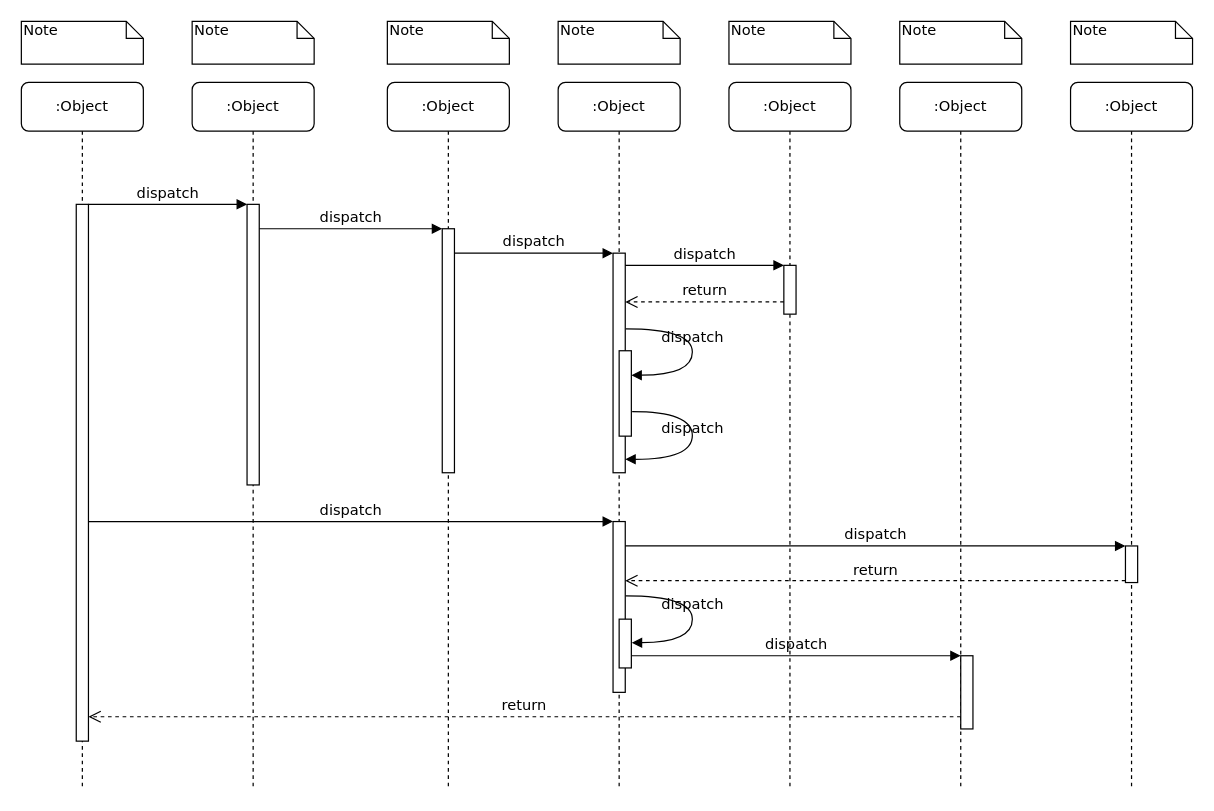
timoorm/first keeps this draw.io diagram as ImportStdCrossFunction.drawio. Above is the earlier version. Source tidied: cells renumbered, new cells numbered last; positions are measured from the earlier drawing's top-left corner, leaving out a move shared by most shapes. Both pictures are drawn from the tidied source at 122%, with x=0, y=0 at pixel (21, 21).
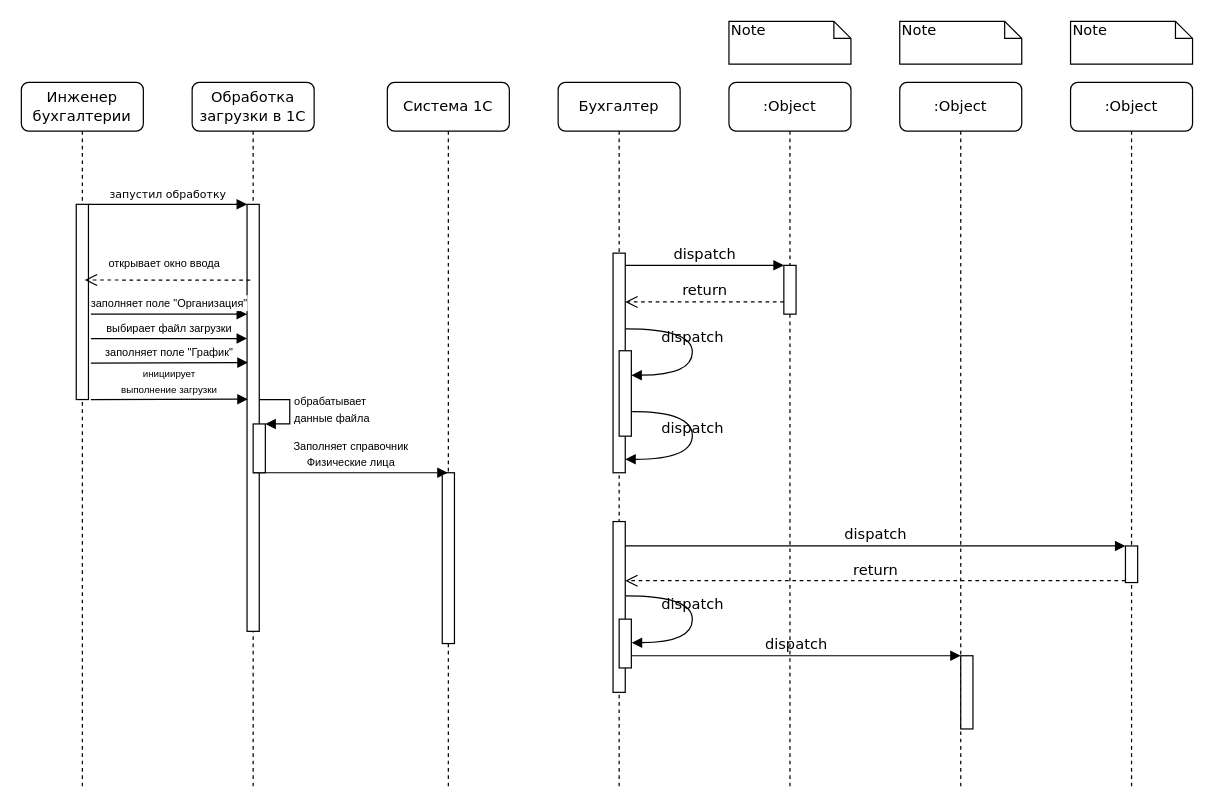
After the change.

The change refers to these unchanged cells:
```xml
<mxCell id="12" style="html=1;points=[];perimeter=orthogonalPerimeter;rounded=0;shadow=0;comic=0;labelBackgroundColor=none;strokeWidth=1;fontFamily=Verdana;fontSize=12;align=center;" parent="1" vertex="1">
  <mxGeometry x="485" y="190" width="10" height="180" as="geometry" />
</mxCell>
<mxCell id="17" style="html=1;points=[];perimeter=orthogonalPerimeter;rounded=0;shadow=0;comic=0;labelBackgroundColor=none;strokeWidth=1;fontFamily=Verdana;fontSize=12;align=center;" parent="1" vertex="1">
  <mxGeometry x="485" y="410" width="10" height="140" as="geometry" />
</mxCell>
<mxCell id="22" style="html=1;points=[];perimeter=orthogonalPerimeter;rounded=0;shadow=0;comic=0;labelBackgroundColor=none;strokeWidth=1;fontFamily=Verdana;fontSize=12;align=center;" parent="1" vertex="1">
  <mxGeometry x="770" y="520" width="10" height="60" as="geometry" />
</mxCell>
```

Diff of the diagram source:
```diff
@@
-    <mxCell id="2" value=":Object" style="shape=umlLifeline;perimeter=lifelinePerimeter;whiteSpace=wrap;html=1;rounded=1;shadow=0;comic=0;labelBackgroundColor=none;strokeWidth=1;fontFamily=Verdana;fontSize=12;align=center;" parent="1" vertex="1">
+    <mxCell id="2" value="Обработка загрузки в 1С" style="shape=umlLifeline;perimeter=lifelinePerimeter;whiteSpace=wrap;html=1;rounded=1;shadow=0;comic=0;labelBackgroundColor=none;strokeWidth=1;fontFamily=Verdana;fontSize=12;align=center;" parent="1" vertex="1">
       <mxGeometry x="140" y="50" width="100" height="580" as="geometry" />
     </mxCell>
-    <mxCell id="3" style="html=1;points=[];perimeter=orthogonalPerimeter;rounded=0;shadow=0;comic=0;labelBackgroundColor=none;strokeWidth=1;fontFamily=Verdana;fontSize=12;align=center;" parent="2" vertex="1">
-      <mxGeometry x="45" y="100" width="10" height="230" as="geometry" />
-    </mxCell>
+    <mxCell id="39" style="html=1;points=[];perimeter=orthogonalPerimeter;" parent="2" vertex="1">
+      <mxGeometry x="45" y="100" width="10" height="350" as="geometry" />
+    </mxCell>
-    <mxCell id="4" value=":Object" style="shape=umlLifeline;perimeter=lifelinePerimeter;whiteSpace=wrap;html=1;outlineConnect=0;rounded=1;shadow=0;comic=0;labelBackgroundColor=none;strokeWidth=1;fontFamily=Verdana;fontSize=12;align=center;" parent="1" vertex="1">
+    <mxCell id="4" value="Система 1С" style="shape=umlLifeline;perimeter=lifelinePerimeter;whiteSpace=wrap;html=1;outlineConnect=0;rounded=1;shadow=0;comic=0;labelBackgroundColor=none;strokeWidth=1;fontFamily=Verdana;fontSize=12;align=center;" parent="1" vertex="1">
       <mxGeometry x="300" y="50" width="100" height="580" as="geometry" />
     </mxCell>
     <mxCell id="5" style="html=1;points=[];perimeter=orthogonalPerimeter;rounded=0;shadow=0;comic=0;labelBackgroundColor=none;strokeWidth=1;fontFamily=Verdana;fontSize=12;align=center;" parent="4" vertex="1">
-      <mxGeometry x="45" y="120" width="10" height="200" as="geometry" />
+      <mxGeometry x="45" y="320" width="10" height="140" as="geometry" />
     </mxCell>
-    <mxCell id="6" value=":Object" style="shape=umlLifeline;perimeter=lifelinePerimeter;whiteSpace=wrap;html=1;rounded=1;shadow=0;comic=0;labelBackgroundColor=none;strokeWidth=1;fontFamily=Verdana;fontSize=12;align=center;" parent="1" vertex="1">
+    <mxCell id="6" value="Бухгалтер" style="shape=umlLifeline;perimeter=lifelinePerimeter;whiteSpace=wrap;html=1;rounded=1;shadow=0;comic=0;labelBackgroundColor=none;strokeWidth=1;fontFamily=Verdana;fontSize=12;align=center;" parent="1" vertex="1">
       <mxGeometry x="440" y="50" width="100" height="580" as="geometry" />
     </mxCell>
@@
-    <mxCell id="10" value=":Object" style="shape=umlLifeline;perimeter=lifelinePerimeter;whiteSpace=wrap;html=1;rounded=1;shadow=0;comic=0;labelBackgroundColor=none;strokeWidth=1;fontFamily=Verdana;fontSize=12;align=center;" parent="1" vertex="1">
+    <mxCell id="10" value="Инженер бухгалтерии" style="shape=umlLifeline;perimeter=lifelinePerimeter;whiteSpace=wrap;html=1;rounded=1;shadow=0;comic=0;labelBackgroundColor=none;strokeWidth=1;fontFamily=Verdana;fontSize=12;align=center;" parent="1" vertex="1">
       <mxGeometry y="50" width="100" height="580" as="geometry" />
     </mxCell>
     <mxCell id="11" style="html=1;points=[];perimeter=orthogonalPerimeter;rounded=0;shadow=0;comic=0;labelBackgroundColor=none;strokeWidth=1;fontFamily=Verdana;fontSize=12;align=center;" parent="10" vertex="1">
-      <mxGeometry x="45" y="100" width="10" height="440" as="geometry" />
+      <mxGeometry x="45" y="100" width="10" height="160" as="geometry" />
     </mxCell>
@@
-    <mxCell id="13" value="dispatch" style="html=1;verticalAlign=bottom;endArrow=block;labelBackgroundColor=none;fontFamily=Verdana;fontSize=12;edgeStyle=elbowEdgeStyle;elbow=vertical;" parent="1" edge="1" source="5" target="12">
-      <mxGeometry relative="1" as="geometry">
-        <Array as="points">
-          <mxPoint x="360" y="190" />
-        </Array>
-      </mxGeometry>
-    </mxCell>
@@
-    <mxCell id="18" value="dispatch" style="html=1;verticalAlign=bottom;endArrow=block;entryX=0;entryY=0;labelBackgroundColor=none;fontFamily=Verdana;fontSize=12;" parent="1" edge="1" source="11" target="17">
-      <mxGeometry relative="1" as="geometry" />
-    </mxCell>
@@
-    <mxCell id="24" value="return" style="html=1;verticalAlign=bottom;endArrow=open;dashed=1;endSize=8;labelBackgroundColor=none;fontFamily=Verdana;fontSize=12;edgeStyle=elbowEdgeStyle;elbow=vertical;" parent="1" edge="1" source="22" target="11">
-      <mxGeometry relative="1" as="geometry">
-        <Array as="points">
-          <mxPoint x="470" y="570" />
-        </Array>
-      </mxGeometry>
-    </mxCell>
-    <mxCell id="25" value="dispatch" style="html=1;verticalAlign=bottom;endArrow=block;entryX=0;entryY=0;labelBackgroundColor=none;fontFamily=Verdana;fontSize=12;edgeStyle=elbowEdgeStyle;elbow=vertical;" parent="1" edge="1" source="11" target="3">
-      <mxGeometry relative="1" as="geometry" />
+    <mxCell id="25" value="&lt;font style=&quot;font-size: 9px&quot;&gt;запустил обработку&lt;/font&gt;" style="html=1;verticalAlign=bottom;endArrow=block;entryX=0;entryY=0;labelBackgroundColor=none;fontFamily=Verdana;fontSize=12;edgeStyle=elbowEdgeStyle;elbow=vertical;" parent="1" edge="1" source="11">
+      <mxGeometry relative="1" as="geometry">
+        <mxPoint x="185" y="150" as="targetPoint" />
+      </mxGeometry>
     </mxCell>
-    <mxCell id="26" value="dispatch" style="html=1;verticalAlign=bottom;endArrow=block;entryX=0;entryY=0;labelBackgroundColor=none;fontFamily=Verdana;fontSize=12;edgeStyle=elbowEdgeStyle;elbow=vertical;" parent="1" edge="1" source="3" target="5">
-      <mxGeometry relative="1" as="geometry" />
-    </mxCell>
@@
-    <mxCell id="32" value="Note" style="shape=note;whiteSpace=wrap;html=1;size=14;verticalAlign=top;align=left;spacingTop=-6;rounded=0;shadow=0;comic=0;labelBackgroundColor=none;strokeWidth=1;fontFamily=Verdana;fontSize=12;" parent="1" vertex="1">
-      <mxGeometry width="100" height="35" as="geometry" />
-    </mxCell>
-    <mxCell id="33" value="Note" style="shape=note;whiteSpace=wrap;html=1;size=14;verticalAlign=top;align=left;spacingTop=-6;rounded=0;shadow=0;comic=0;labelBackgroundColor=none;strokeWidth=1;fontFamily=Verdana;fontSize=12;" parent="1" vertex="1">
-      <mxGeometry x="140" width="100" height="35" as="geometry" />
-    </mxCell>
-    <mxCell id="34" value="Note" style="shape=note;whiteSpace=wrap;html=1;size=14;verticalAlign=top;align=left;spacingTop=-6;rounded=0;shadow=0;comic=0;labelBackgroundColor=none;strokeWidth=1;fontFamily=Verdana;fontSize=12;" parent="1" vertex="1">
-      <mxGeometry x="300" width="100" height="35" as="geometry" />
-    </mxCell>
-    <mxCell id="35" value="Note" style="shape=note;whiteSpace=wrap;html=1;size=14;verticalAlign=top;align=left;spacingTop=-6;rounded=0;shadow=0;comic=0;labelBackgroundColor=none;strokeWidth=1;fontFamily=Verdana;fontSize=12;" parent="1" vertex="1">
-      <mxGeometry x="440" width="100" height="35" as="geometry" />
-    </mxCell>
@@
+    <mxCell id="40" value="&lt;font style=&quot;font-size: 9px&quot;&gt;открывает окно ввода&lt;/font&gt;" style="html=1;verticalAlign=bottom;endArrow=open;dashed=1;endSize=8;exitX=0.057;exitY=0.327;exitDx=0;exitDy=0;exitPerimeter=0;" parent="1" edge="1">
+      <mxGeometry x="0.04" y="-5" relative="1" as="geometry">
+        <mxPoint x="187.6" y="212.1" as="sourcePoint" />
+        <mxPoint x="52" y="212" as="targetPoint" />
+      </mxGeometry>
+    </mxCell>
+    <mxCell id="41" value="&lt;font style=&quot;font-size: 9px&quot;&gt;выбирает файл загрузки&lt;/font&gt;" style="html=1;verticalAlign=bottom;endArrow=block;" parent="1" edge="1" target="39">
+      <mxGeometry relative="1" as="geometry">
+        <mxPoint x="57" y="260" as="sourcePoint" />
+      </mxGeometry>
+    </mxCell>
+    <mxCell id="42" value="&lt;font style=&quot;font-size: 9px&quot;&gt;заполняет поле &quot;График&quot;&lt;/font&gt;" style="html=1;verticalAlign=bottom;endArrow=block;entryX=0.057;entryY=0.783;entryDx=0;entryDy=0;entryPerimeter=0;" parent="1" edge="1">
+      <mxGeometry relative="1" as="geometry">
+        <mxPoint x="57" y="280.1" as="sourcePoint" />
+        <mxPoint x="185.6" y="279.7" as="targetPoint" />
+      </mxGeometry>
+    </mxCell>
+    <mxCell id="43" value="&lt;font style=&quot;font-size: 9px&quot;&gt;заполняет поле &quot;Организация&quot;&lt;br&gt;&lt;/font&gt;" style="html=1;verticalAlign=bottom;endArrow=block;" parent="1" edge="1">
+      <mxGeometry relative="1" as="geometry">
+        <mxPoint x="57" y="240" as="sourcePoint" />
+        <mxPoint x="185" y="240" as="targetPoint" />
+      </mxGeometry>
+    </mxCell>
+    <mxCell id="44" value="&lt;div&gt;&lt;font style=&quot;font-size: 8px&quot;&gt;инициирует &lt;br&gt;&lt;/font&gt;&lt;/div&gt;&lt;div&gt;&lt;font style=&quot;font-size: 8px&quot;&gt;выполнение загрузки&lt;/font&gt;&lt;/div&gt;" style="html=1;verticalAlign=bottom;endArrow=block;entryX=0.057;entryY=0.783;entryDx=0;entryDy=0;entryPerimeter=0;" parent="1" edge="1">
+      <mxGeometry relative="1" as="geometry">
+        <mxPoint x="57" y="310.1" as="sourcePoint" />
+        <mxPoint x="185.6" y="309.7" as="targetPoint" />
+      </mxGeometry>
+    </mxCell>
+    <mxCell id="45" value="&lt;div&gt;&lt;font style=&quot;font-size: 9px&quot;&gt;Заполняет справочник &lt;br&gt;&lt;/font&gt;&lt;/div&gt;&lt;div&gt;&lt;font style=&quot;font-size: 9px&quot;&gt;Физические лица&lt;/font&gt;&lt;/div&gt;" style="html=1;verticalAlign=bottom;endArrow=block;" parent="1" edge="1" target="4">
+      <mxGeometry relative="1" as="geometry">
+        <mxPoint x="190" y="370" as="sourcePoint" />
+      </mxGeometry>
+    </mxCell>
+    <mxCell id="46" style="html=1;points=[];perimeter=orthogonalPerimeter;" parent="1" vertex="1">
+      <mxGeometry x="190" y="330" width="10" height="40" as="geometry" />
+    </mxCell>
+    <mxCell id="47" value="&lt;div&gt;&lt;font style=&quot;font-size: 9px&quot;&gt;обрабатывает &lt;br&gt;&lt;/font&gt;&lt;/div&gt;&lt;div&gt;&lt;font style=&quot;font-size: 9px&quot;&gt;данные файла&lt;/font&gt;&lt;/div&gt;" style="edgeStyle=orthogonalEdgeStyle;html=1;align=left;spacingLeft=2;endArrow=block;rounded=0;entryX=1;entryY=0;" parent="1" edge="1" target="46">
+      <mxGeometry relative="1" as="geometry">
+        <mxPoint x="195" y="310" as="sourcePoint" />
+        <Array as="points">
+          <mxPoint x="220" y="310" />
+        </Array>
+      </mxGeometry>
+    </mxCell>
```
